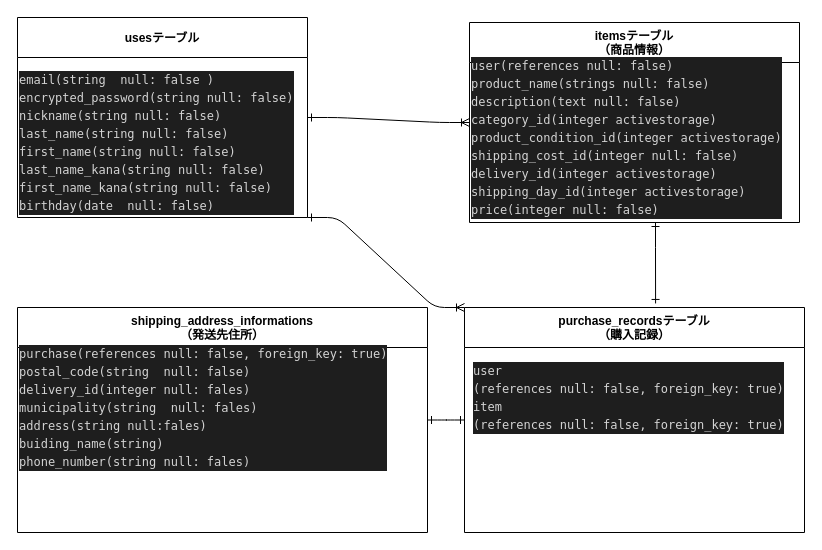
Earlier version of the draw.io diagram furima.dio (kasatoshi/furima-36066). Source tidied: cells renumbered, new cells numbered last; positions are measured from the earlier drawing's top-left corner, leaving out a move shared by most shapes. Both pictures are drawn from the tidied source at 100%, with x=0, y=0 at pixel (17, 17).
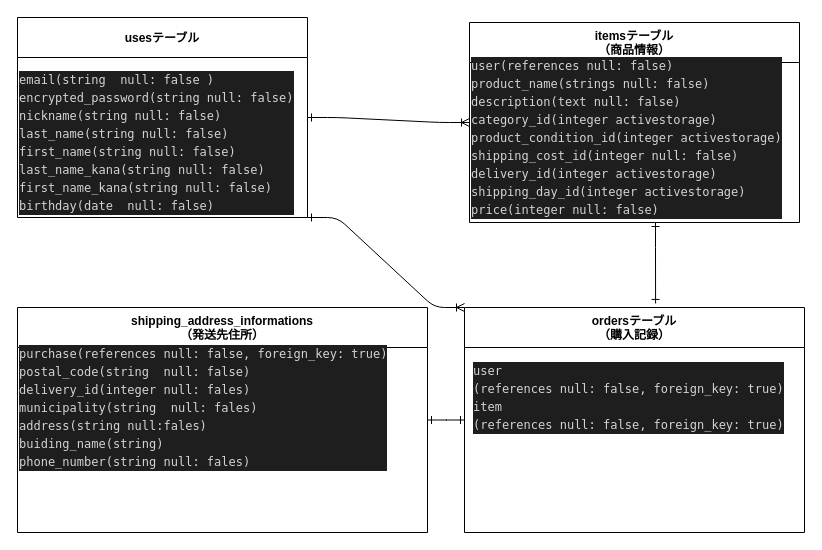
Above is the later version.

Change to the diagram source:
```diff
@@
 <mxGraphModel>
   <root>
     <mxCell id="0" />
     <mxCell id="1" parent="0" />
     <mxCell id="2" value="usesテーブル" style="swimlane;rounded=0;sketch=0;startSize=40;" parent="1" vertex="1">
       <mxGeometry width="290" height="200" as="geometry" />
     </mxCell>
     <mxCell id="3" value="&lt;div style=&quot;color: rgb(212 , 212 , 212) ; background-color: rgb(30 , 30 , 30) ; font-family: &amp;#34;menlo&amp;#34; , &amp;#34;monaco&amp;#34; , &amp;#34;courier new&amp;#34; , monospace ; line-height: 18px&quot;&gt;&lt;div&gt;email(string&amp;nbsp; null: false )&lt;/div&gt;&lt;div&gt;encrypted_password(string null: false)&lt;/div&gt;&lt;div&gt;nickname(string null: false)&lt;/div&gt;&lt;div&gt;last_name(string null: false)&lt;/div&gt;&lt;div&gt;first_name(string null: false)&lt;/div&gt;&lt;div&gt;last_name_kana(string null: false)&lt;/div&gt;&lt;div&gt;first_name_kana(string null: false)&lt;/div&gt;&lt;div&gt;birthday(date&amp;nbsp; null: false)&lt;/div&gt;&lt;/div&gt;" style="text;html=1;align=left;verticalAlign=middle;strokeColor=none;" parent="2" vertex="1">
       <mxGeometry y="50" width="290" height="150" as="geometry" />
     </mxCell>
     <mxCell id="4" style="edgeStyle=orthogonalEdgeStyle;rounded=0;sketch=0;jettySize=auto;html=1;startArrow=ERone;startFill=0;endArrow=ERone;endFill=0;entryX=0.562;entryY=-0.018;entryDx=0;entryDy=0;entryPerimeter=0;" parent="1" edge="1" source="5" target="8">
       <mxGeometry relative="1" as="geometry">
         <Array as="points">
           <mxPoint x="638" y="230" />
           <mxPoint x="638" y="230" />
         </Array>
       </mxGeometry>
     </mxCell>
     <mxCell id="5" value="itemsテーブル&#10;（商品情報）" style="swimlane;rounded=0;sketch=0;startSize=40;" parent="1" vertex="1">
       <mxGeometry x="452" y="5" width="330" height="200" as="geometry" />
     </mxCell>
     <mxCell id="6" value="&lt;div style=&quot;color: rgb(212 , 212 , 212) ; background-color: rgb(30 , 30 , 30) ; font-family: &amp;#34;menlo&amp;#34; , &amp;#34;monaco&amp;#34; , &amp;#34;courier new&amp;#34; , monospace ; line-height: 18px&quot;&gt;&lt;div&gt;user(references null: false)&lt;/div&gt;&lt;div&gt;product_name(strings null: false)&lt;/div&gt;&lt;div&gt;description(text null: false)&lt;/div&gt;&lt;div&gt;category_id(integer activestorage)&lt;/div&gt;&lt;div&gt;product_condition_id(integer activestorage)&lt;/div&gt;&lt;div&gt;&lt;div style=&quot;font-family: &amp;#34;menlo&amp;#34; , &amp;#34;monaco&amp;#34; , &amp;#34;courier new&amp;#34; , monospace ; line-height: 18px&quot;&gt;&lt;div&gt;shipping_cost_id(integer null: false)&lt;/div&gt;&lt;div&gt;&lt;/div&gt;&lt;/div&gt;&lt;/div&gt;&lt;div&gt;delivery_id(integer activestorage)&lt;/div&gt;&lt;div&gt;shipping_day_id(integer activestorage)&lt;/div&gt;&lt;div&gt;price(integer null: false)&lt;/div&gt;&lt;/div&gt;" style="text;html=1;align=left;verticalAlign=middle;strokeColor=none;" parent="5" vertex="1">
       <mxGeometry y="30" width="330" height="170" as="geometry" />
     </mxCell>
     <mxCell id="7" style="edgeStyle=orthogonalEdgeStyle;curved=0;rounded=1;sketch=0;jettySize=auto;html=1;entryX=1;entryY=0.5;entryDx=0;entryDy=0;startArrow=ERone;startFill=0;endArrow=ERone;endFill=0;" parent="1" edge="1" source="8" target="10">
       <mxGeometry relative="1" as="geometry" />
     </mxCell>
-    <mxCell id="8" value="purchase_recordsテーブル&#10;（購入記録）" style="swimlane;rounded=0;sketch=0;startSize=40;" parent="1" vertex="1">
+    <mxCell id="8" value="ordersテーブル&#10;（購入記録）" style="swimlane;rounded=0;sketch=0;startSize=40;" parent="1" vertex="1">
       <mxGeometry x="447" y="290" width="340" height="225" as="geometry" />
     </mxCell>
     <mxCell id="9" value="&lt;div style=&quot;color: rgb(212 , 212 , 212) ; background-color: rgb(30 , 30 , 30) ; font-family: &amp;#34;menlo&amp;#34; , &amp;#34;monaco&amp;#34; , &amp;#34;courier new&amp;#34; , monospace ; line-height: 18px&quot;&gt;&lt;div&gt;user&lt;/div&gt;&lt;div&gt;(references null: false, foreign_key: true)&lt;/div&gt;&lt;div&gt;item&lt;/div&gt;&lt;div&gt;(references null: false, foreign_key: true)&lt;/div&gt;&lt;/div&gt;" style="text;html=1;align=left;verticalAlign=middle;strokeColor=none;" parent="8" vertex="1">
       <mxGeometry x="7" y="50" width="330" height="80" as="geometry" />
     </mxCell>
     <mxCell id="10" value="shipping_address_informations&#10;（発送先住所）" style="swimlane;rounded=0;sketch=0;startSize=40;" parent="1" vertex="1">
       <mxGeometry y="290" width="410" height="225" as="geometry" />
     </mxCell>
     <mxCell id="11" value="&lt;div style=&quot;background-color: rgb(30 , 30 , 30) ; line-height: 18px&quot;&gt;&lt;div style=&quot;color: rgb(212 , 212 , 212) ; font-family: &amp;#34;menlo&amp;#34; , &amp;#34;monaco&amp;#34; , &amp;#34;courier new&amp;#34; , monospace&quot;&gt;purchase(references null: false, foreign_key: true)&lt;/div&gt;&lt;div style=&quot;color: rgb(212 , 212 , 212) ; font-family: &amp;#34;menlo&amp;#34; , &amp;#34;monaco&amp;#34; , &amp;#34;courier new&amp;#34; , monospace&quot;&gt;postal_code(string&amp;nbsp; null: false)&lt;/div&gt;&lt;div style=&quot;color: rgb(212 , 212 , 212) ; font-family: &amp;#34;menlo&amp;#34; , &amp;#34;monaco&amp;#34; , &amp;#34;courier new&amp;#34; , monospace&quot;&gt;delivery_id(integer null: fales)&lt;/div&gt;&lt;div style=&quot;color: rgb(212 , 212 , 212) ; font-family: &amp;#34;menlo&amp;#34; , &amp;#34;monaco&amp;#34; , &amp;#34;courier new&amp;#34; , monospace&quot;&gt;municipality(string&amp;nbsp; null: fales)&lt;/div&gt;&lt;div style=&quot;color: rgb(212 , 212 , 212) ; font-family: &amp;#34;menlo&amp;#34; , &amp;#34;monaco&amp;#34; , &amp;#34;courier new&amp;#34; , monospace&quot;&gt;address(string null:fales)&lt;/div&gt;&lt;div style=&quot;color: rgb(212 , 212 , 212) ; font-family: &amp;#34;menlo&amp;#34; , &amp;#34;monaco&amp;#34; , &amp;#34;courier new&amp;#34; , monospace&quot;&gt;buiding_name(string)&lt;/div&gt;&lt;div style=&quot;color: rgb(212 , 212 , 212) ; font-family: &amp;#34;menlo&amp;#34; , &amp;#34;monaco&amp;#34; , &amp;#34;courier new&amp;#34; , monospace&quot;&gt;phone_number(string null: fales)&lt;/div&gt;&lt;/div&gt;" style="text;html=1;align=left;verticalAlign=middle;strokeColor=none;" parent="10" vertex="1">
       <mxGeometry y="35" width="380" height="130" as="geometry" />
     </mxCell>
     <mxCell id="12" style="edgeStyle=entityRelationEdgeStyle;fontSize=12;html=1;endArrow=ERoneToMany;exitX=1;exitY=0.5;exitDx=0;exitDy=0;startArrow=ERone;startFill=0;entryX=0;entryY=0.5;entryDx=0;entryDy=0;" parent="1" edge="1" source="2" target="5">
       <mxGeometry relative="1" as="geometry" />
     </mxCell>
     <mxCell id="13" style="edgeStyle=entityRelationEdgeStyle;fontSize=12;html=1;endArrow=ERoneToMany;startArrow=ERone;exitX=1;exitY=1;exitDx=0;exitDy=0;entryX=0;entryY=0;entryDx=0;entryDy=0;startFill=0;" parent="1" edge="1" source="2" target="8">
       <mxGeometry relative="1" as="geometry" />
     </mxCell>
   </root>
 </mxGraphModel>
```
